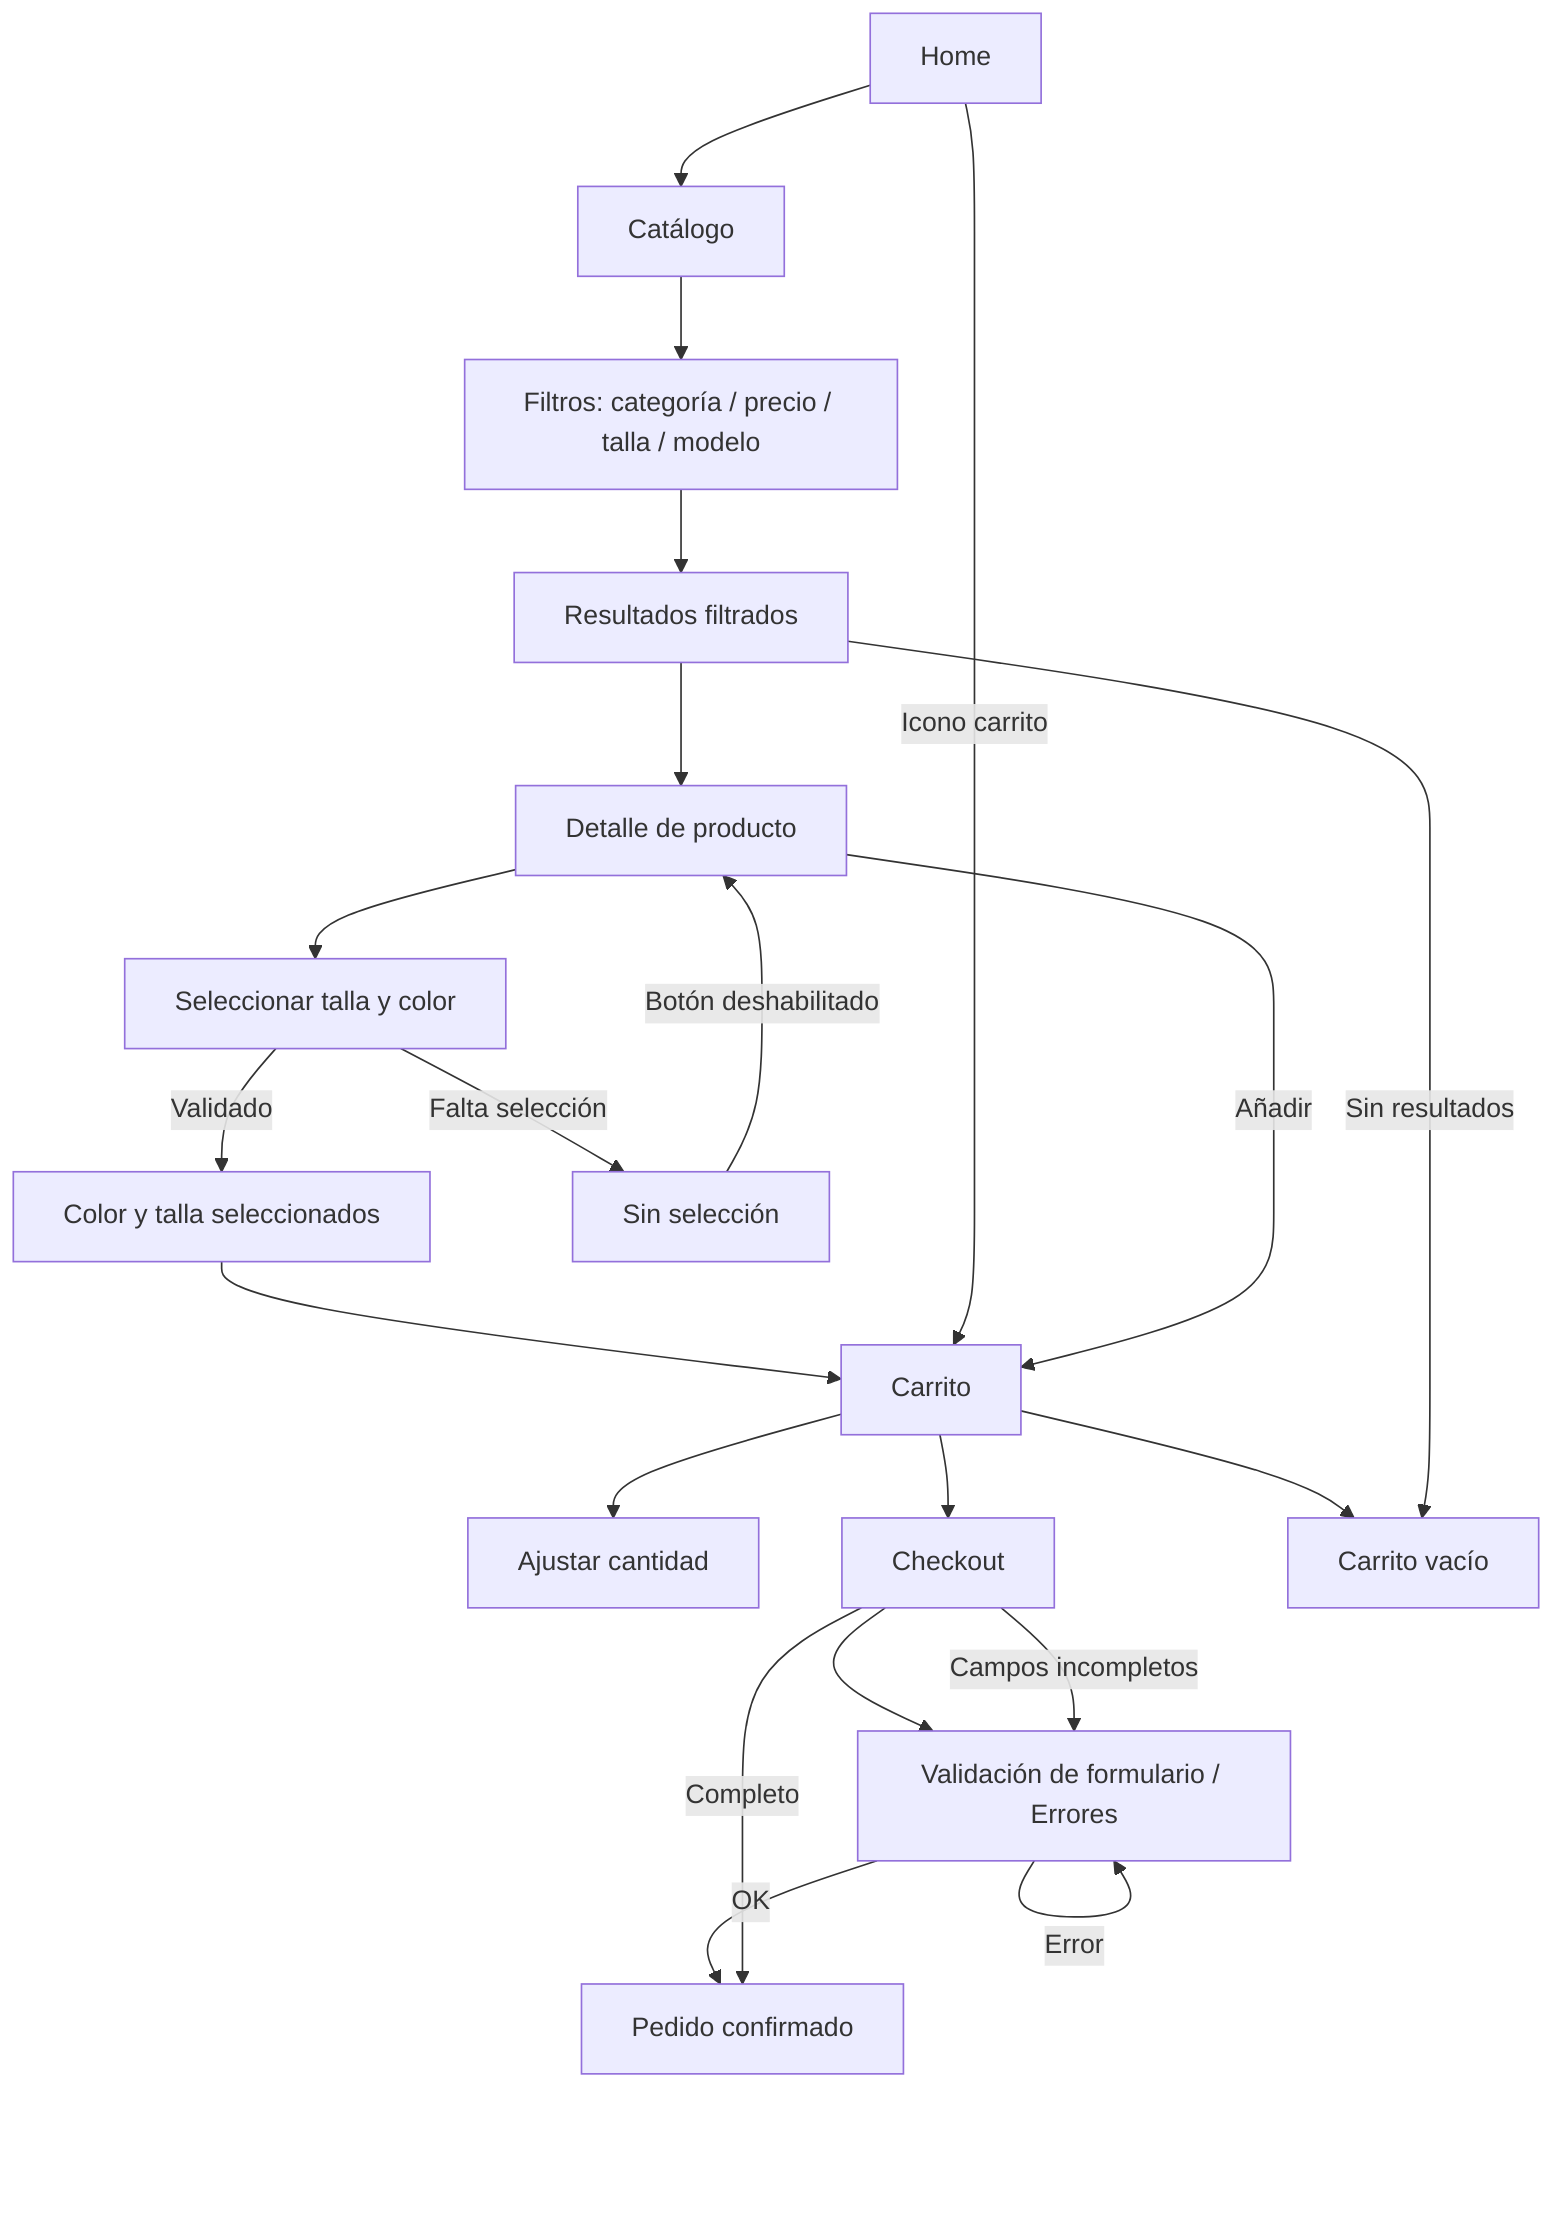
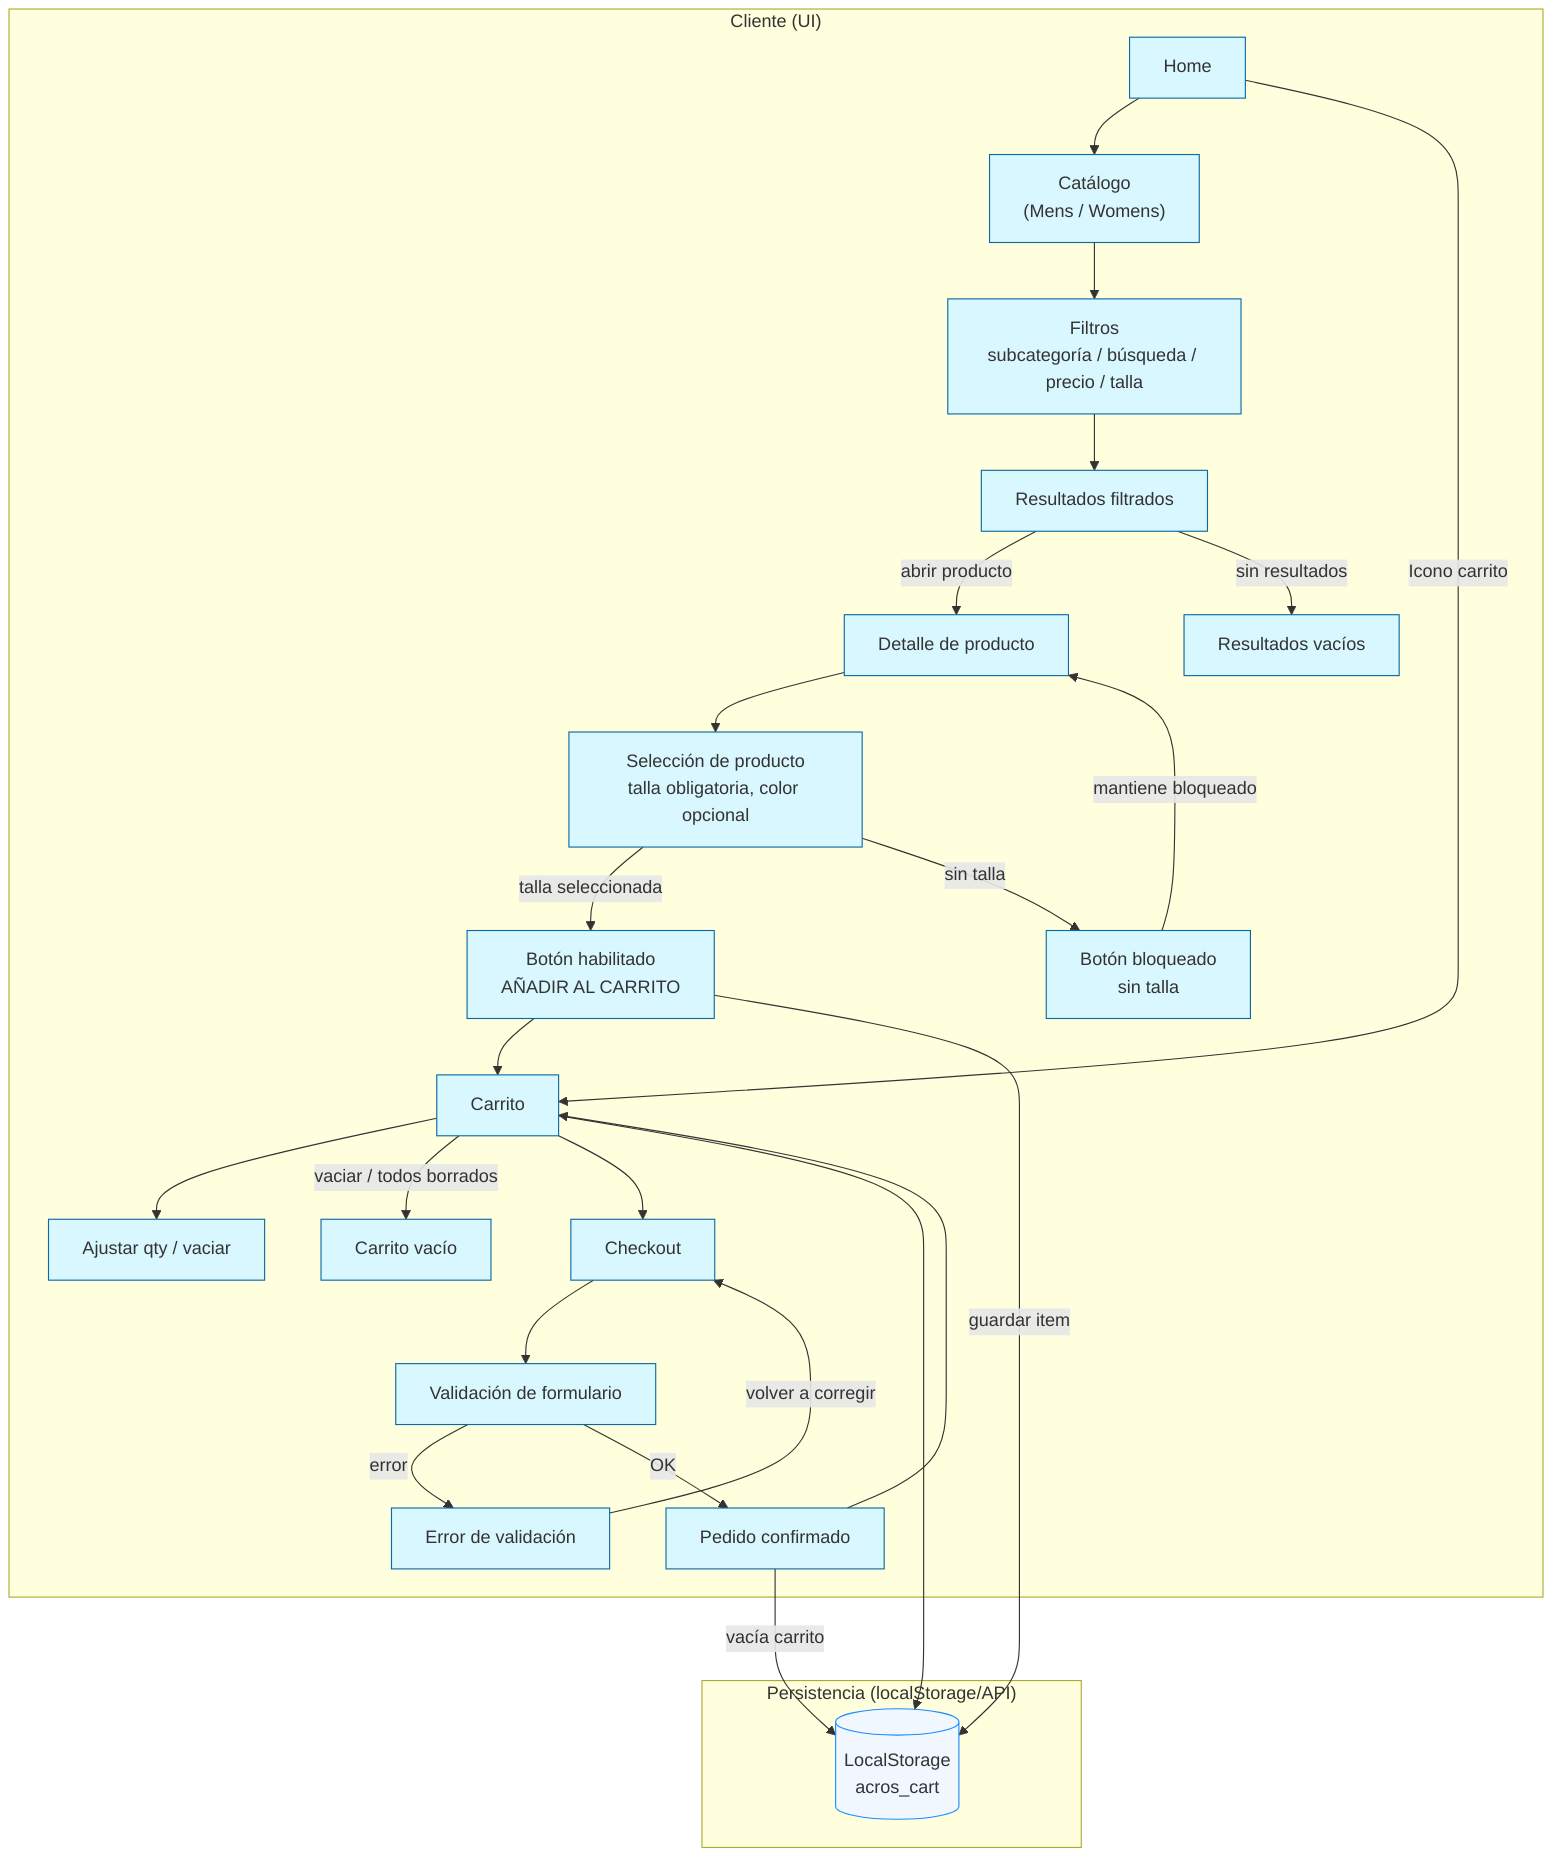
flowchart TD
-     Home[Home]
-     Catalog[Catálogo]
-     Filter[Filtros: categoría / precio / talla / modelo]
-     Results[Resultados filtrados]
-     Product[Detalle de producto]
-     Size[Seleccionar talla y color]
-     ColorOK[Color y talla seleccionados]
-     NoSelect[Sin selección]
-     Cart[Carrito]
-     Adjust[Ajustar cantidad]
-     Checkout[Checkout]
-     Validation[Validación de formulario / Errores]
-     Success[Pedido confirmado]
-     Empty[Carrito vacío]
+     subgraph UI["Cliente (UI)"]
+       Home["Home"]
+       Catalog["Catálogo\n(Mens / Womens)"]
+       Filter["Filtros\nsubcategoría / búsqueda / precio / talla"]
+       Results["Resultados filtrados"]
+       NoResults["Resultados vacíos"]
+       Product["Detalle de producto"]
+       Select["Selección de producto\ntalla obligatoria, color opcional"]
+       Disabled["Botón bloqueado\nsin talla"]
+       AddCart["Botón habilitado\nAÑADIR AL CARRITO"]
+       Cart["Carrito"]
+       Adjust["Ajustar qty / vaciar"]
+       EmptyCart["Carrito vacío"]
+       Checkout["Checkout"]
+       Validate["Validación de formulario"]
+       Error["Error de validación"]
+       Success["Pedido confirmado"]
+     end
+ 
+     subgraph Persistence["Persistencia (localStorage/API)"]
+       LocalCart[("LocalStorage\nacros_cart")]
+     end

    Home --> Catalog
+     Home --> |Icono carrito| Cart
    Catalog --> Filter
    Filter --> Results
-     Results --> Product
-     Product --> Size
-     Size --> |Validado| ColorOK
-     Size --> |Falta selección| NoSelect
-     NoSelect --> |Botón deshabilitado| Product
-     ColorOK --> Cart
+     Results --> |abrir producto| Product
+     Results --> |sin resultados| NoResults
+     Product --> Select
+     Select --> |talla seleccionada| AddCart
+     Select --> |sin talla| Disabled
+     Disabled --> |mantiene bloqueado| Product
+     AddCart --> Cart
+     AddCart --> |guardar item| LocalCart
    Cart --> Adjust
+     Cart --> |vaciar / todos borrados| EmptyCart
    Cart --> Checkout
-     Checkout --> Validation
-     Validation --> |Error| Validation
-     Validation --> |OK| Success
-     Cart --> Empty
-     Home --> |Icono carrito| Cart
-     Results --> |Sin resultados| Empty
-     Product --> |Añadir| Cart
-     Checkout --> |Campos incompletos| Validation
-     Checkout --> |Completo| Success
+     Cart --> LocalCart
+     Checkout --> Validate
+     Validate --> |error| Error
+     Error --> |volver a corregir| Checkout
+     Validate --> |OK| Success
+     Success --> |vacía carrito| LocalCart
+     Success --> Cart
+ 
+     classDef ui fill:#d9f7ff,stroke:#0b69a3,stroke-width:1px;
+     classDef persistence fill:#f0f7ff,stroke:#1a8cff,stroke-width:1px;
+     class Home,Catalog,Filter,Results,NoResults,Product,Select,Disabled,AddCart,Cart,Adjust,EmptyCart,Checkout,Validate,Error,Success ui;
+     class LocalCart persistence;
